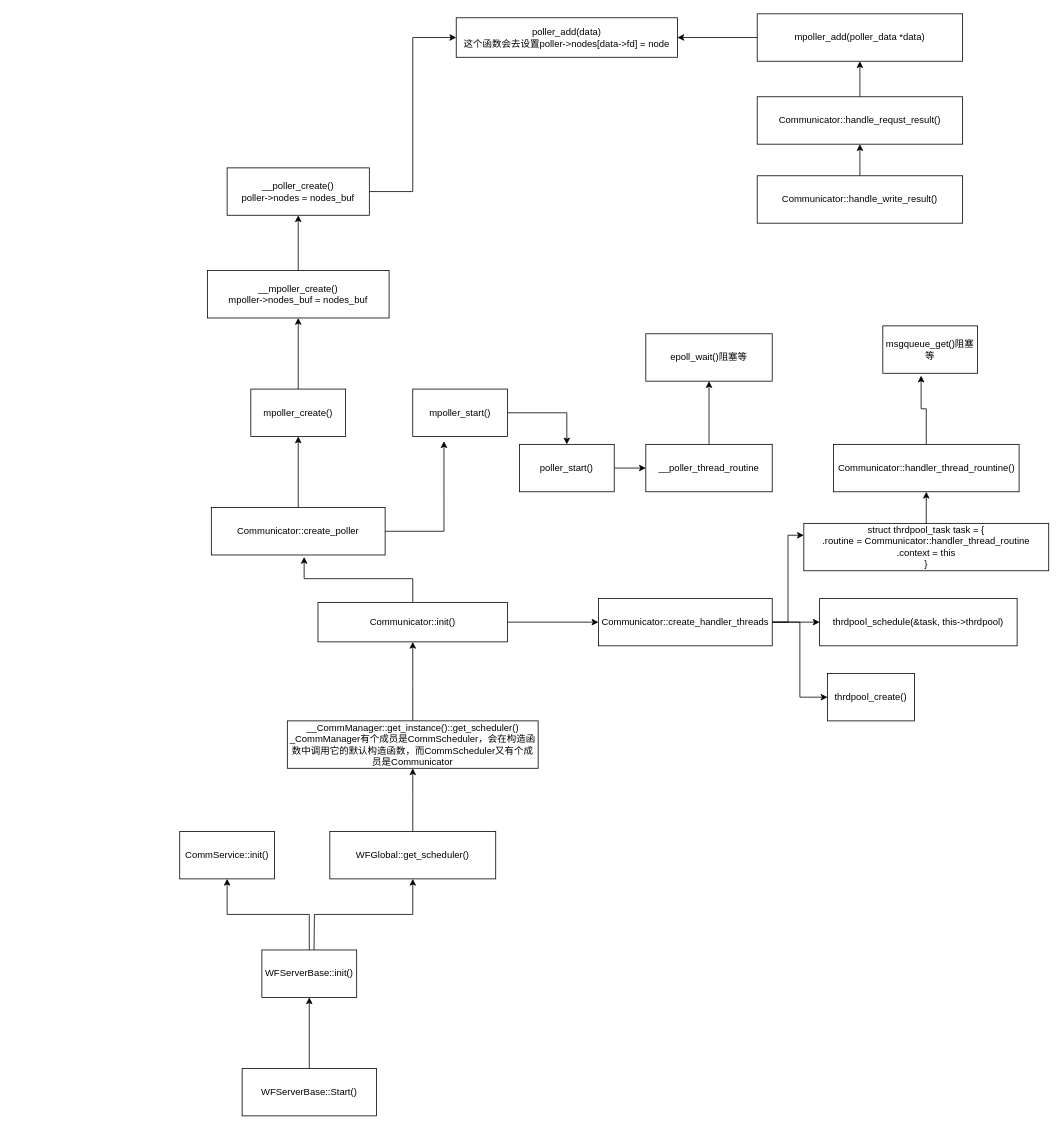
This is Untitled Diagram.drawio from doudou215/regret_q_learning, a draw.io file, before an edit. Source tidied: cells renumbered, new cells numbered last; positions are measured from the earlier drawing's top-left corner, leaving out a move shared by most shapes. Both pictures are drawn from the tidied source at 79%, with x=0, y=0 at pixel (179, 13).
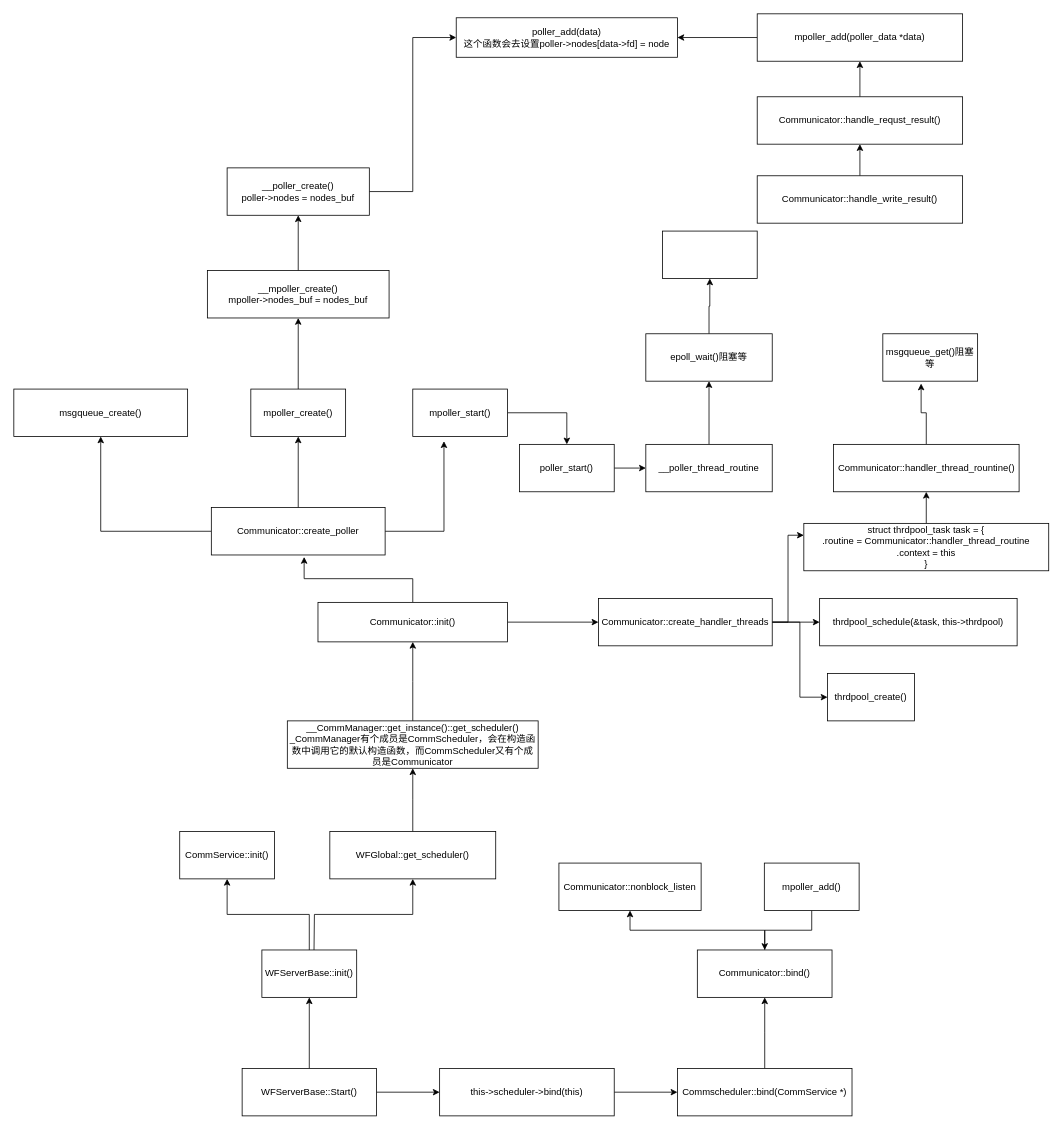
The same diagram, later.

The change refers to these unchanged cells:
```xml
<mxCell id="3" value="WFServerBase::Start()" style="rounded=0;whiteSpace=wrap;html=1;" parent="1" vertex="1">
  <mxGeometry x="79" y="1335" width="170" height="60" as="geometry" />
</mxCell>
<mxCell id="19" value="Communicator::create_poller" style="rounded=0;whiteSpace=wrap;html=1;" parent="1" vertex="1">
  <mxGeometry x="40" y="625" width="220" height="60" as="geometry" />
</mxCell>
<mxCell id="48" value="epoll_wait()阻塞等" style="rounded=0;whiteSpace=wrap;html=1;" parent="1" vertex="1">
  <mxGeometry x="590" y="405" width="160" height="60" as="geometry" />
</mxCell>
```

The edit, as a diff of the source:
```diff
@@
+    <mxCell id="49" style="edgeStyle=orthogonalEdgeStyle;rounded=0;jettySize=auto;html=1;" parent="1" edge="1" source="3" target="54">
+      <mxGeometry relative="1" as="geometry" />
+    </mxCell>
@@
+    <mxCell id="50" style="edgeStyle=orthogonalEdgeStyle;rounded=0;jettySize=auto;html=1;" parent="1" edge="1" source="19" target="52">
+      <mxGeometry relative="1" as="geometry" />
+    </mxCell>
@@
     <mxCell id="47" value="msgqueue_get()阻塞等" style="rounded=0;whiteSpace=wrap;html=1;" parent="1" vertex="1">
-      <mxGeometry x="890" y="395" width="120" height="60" as="geometry" />
+      <mxGeometry x="890" y="405" width="120" height="60" as="geometry" />
     </mxCell>
+    <mxCell id="51" style="edgeStyle=orthogonalEdgeStyle;rounded=0;jettySize=auto;html=1;" parent="1" edge="1" source="48" target="62">
+      <mxGeometry relative="1" as="geometry" />
+    </mxCell>
@@
+    <mxCell id="52" value="msgqueue_create()" style="rounded=0;whiteSpace=wrap;html=1;" parent="1" vertex="1">
+      <mxGeometry x="-210" y="475" width="220" height="60" as="geometry" />
+    </mxCell>
+    <mxCell id="53" style="edgeStyle=orthogonalEdgeStyle;rounded=0;jettySize=auto;html=1;" parent="1" edge="1" source="54" target="56">
+      <mxGeometry relative="1" as="geometry" />
+    </mxCell>
+    <mxCell id="54" value="this-&amp;gt;scheduler-&amp;gt;bind(this)" style="rounded=0;whiteSpace=wrap;html=1;" parent="1" vertex="1">
+      <mxGeometry x="329" y="1335" width="221" height="60" as="geometry" />
+    </mxCell>
+    <mxCell id="55" style="edgeStyle=orthogonalEdgeStyle;rounded=0;jettySize=auto;html=1;" parent="1" edge="1" source="56" target="58">
+      <mxGeometry relative="1" as="geometry" />
+    </mxCell>
+    <mxCell id="56" value="Commscheduler::bind(CommService *)" style="rounded=0;whiteSpace=wrap;html=1;" parent="1" vertex="1">
+      <mxGeometry x="630" y="1335" width="221" height="60" as="geometry" />
+    </mxCell>
+    <mxCell id="57" style="edgeStyle=orthogonalEdgeStyle;rounded=0;jettySize=auto;html=1;" parent="1" edge="1" source="58" target="59">
+      <mxGeometry relative="1" as="geometry" />
+    </mxCell>
+    <mxCell id="58" value="Communicator::bind()" style="whiteSpace=wrap;html=1;rounded=0;" parent="1" vertex="1">
+      <mxGeometry x="655.2" y="1185" width="170.5" height="60" as="geometry" />
+    </mxCell>
+    <mxCell id="59" value="Communicator::nonblock_listen" style="whiteSpace=wrap;html=1;rounded=0;" parent="1" vertex="1">
+      <mxGeometry x="480" y="1075" width="180" height="60" as="geometry" />
+    </mxCell>
+    <mxCell id="60" style="edgeStyle=orthogonalEdgeStyle;rounded=0;jettySize=auto;html=1;" parent="1" edge="1" source="61" target="58">
+      <mxGeometry relative="1" as="geometry" />
+    </mxCell>
+    <mxCell id="61" value="mpoller_add()" style="rounded=0;whiteSpace=wrap;html=1;" parent="1" vertex="1">
+      <mxGeometry x="740" y="1075" width="120" height="60" as="geometry" />
+    </mxCell>
+    <mxCell id="62" style="whiteSpace=wrap;html=1;rounded=0;" parent="1" vertex="1">
+      <mxGeometry x="611" y="275" width="120" height="60" as="geometry" />
+    </mxCell>
```
